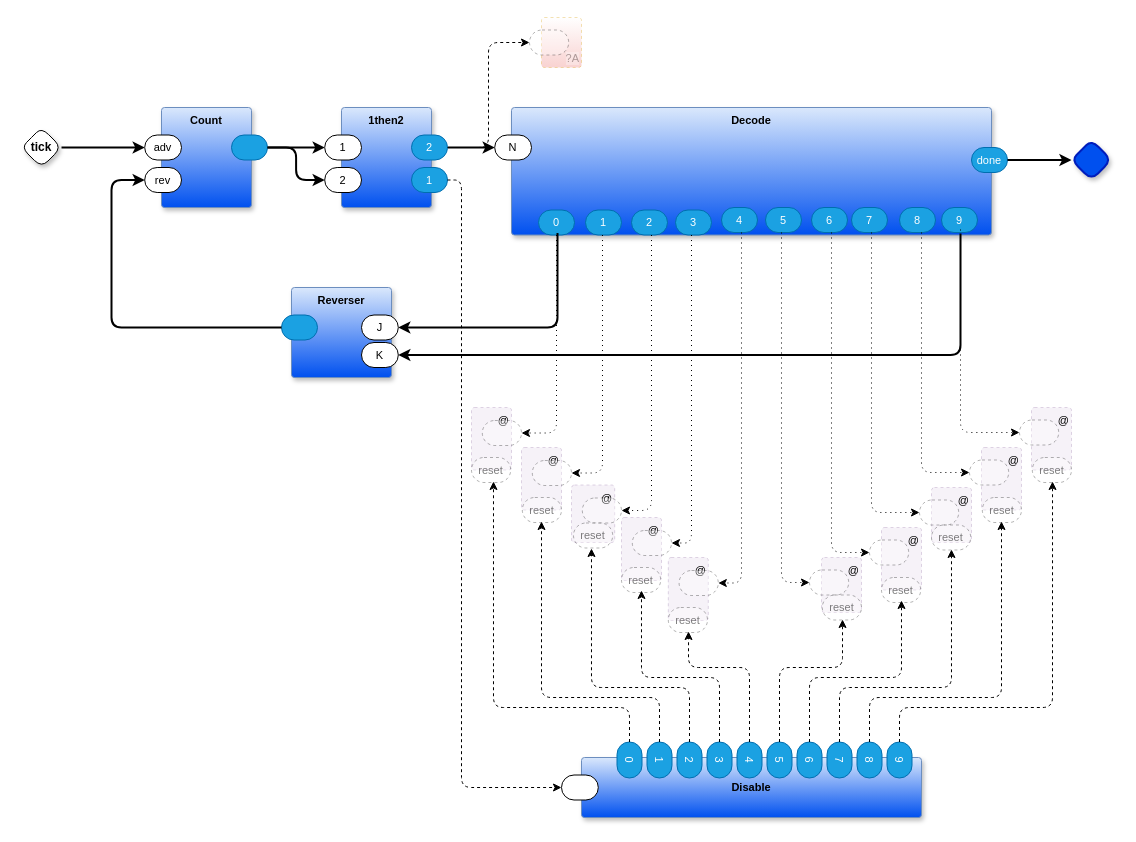
Above: page "Larson" (2 of 2) of scanner.drawio in guitarvydas/html-larson (draw.io), before the change. Source tidied: cells renumbered, new cells numbered last; positions are measured from the earlier drawing's top-left corner, leaving out a move shared by most shapes. Both pictures are drawn from the tidied source at 100%, with x=0, y=0 at pixel (21, 17).
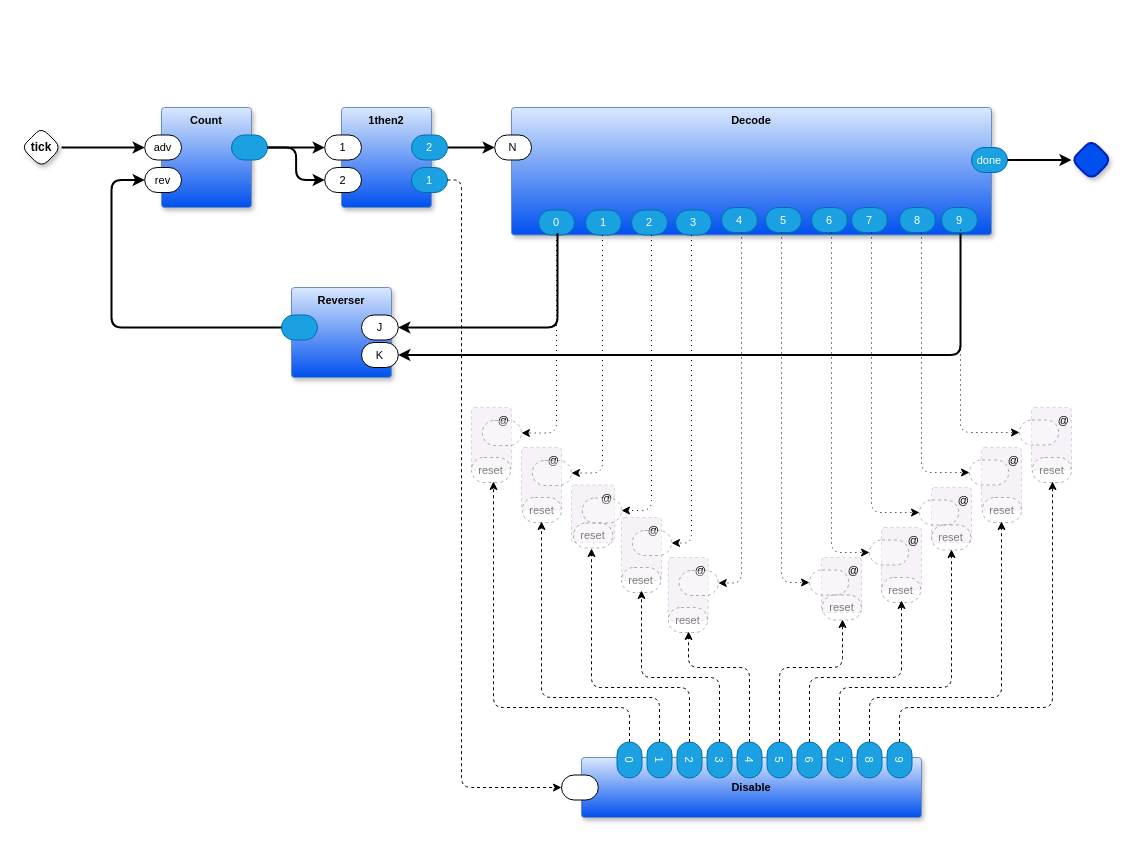
After the change.

The change refers to these unchanged cells:
```xml
<mxCell id="74" value="2" style="rounded=1;whiteSpace=wrap;html=1;sketch=0;points=[[0,0.5,0,0,0],[1,0.5,0,0,0]];fillColor=#1ba1e2;fontColor=#ffffff;strokeColor=#006EAF;arcSize=50;fontFamily=Helvetica;fontSize=11;" parent="72" vertex="1">
  <mxGeometry x="70" y="27.5" width="36" height="25" as="geometry" />
</mxCell>
```

Diff of the diagram source:
```diff
@@
-    <mxCell id="101" value="?A" style="rounded=1;whiteSpace=wrap;html=1;sketch=0;verticalAlign=bottom;arcSize=6;fontStyle=0;absoluteArcSize=1;shadow=0;strokeColor=#d79b00;fillColor=#FFFFFF;fontFamily=Helvetica;fontSize=11;dashed=1;opacity=30;align=right;textOpacity=30;gradientColor=#EA6B66;fontColor=default;labelBackgroundColor=default;" parent="1" vertex="1">
-      <mxGeometry x="520" width="40" height="50" as="geometry" />
-    </mxCell>
-    <mxCell id="102" style="rounded=1;whiteSpace=wrap;html=1;sketch=0;points=[[0,0.5,0,0,0],[1,0.5,0,0,0]];arcSize=50;fontFamily=Helvetica;fontSize=11;fontColor=default;dashed=1;textOpacity=50;opacity=30;fontStyle=0;labelBackgroundColor=default;" parent="101" vertex="1">
-      <mxGeometry x="-12" y="12.5" width="39.2" height="25" as="geometry" />
-    </mxCell>
-    <mxCell id="103" style="edgeStyle=orthogonalEdgeStyle;shape=connector;curved=0;rounded=1;jettySize=auto;html=1;exitX=1;exitY=0.5;exitDx=0;exitDy=0;exitPerimeter=0;entryX=0;entryY=0.5;entryDx=0;entryDy=0;entryPerimeter=0;dashed=1;strokeColor=default;align=center;verticalAlign=middle;fontFamily=Helvetica;fontSize=11;fontColor=default;labelBackgroundColor=default;endArrow=classic;" parent="1" edge="1" source="74" target="102">
-      <mxGeometry relative="1" as="geometry" />
-    </mxCell>
```
